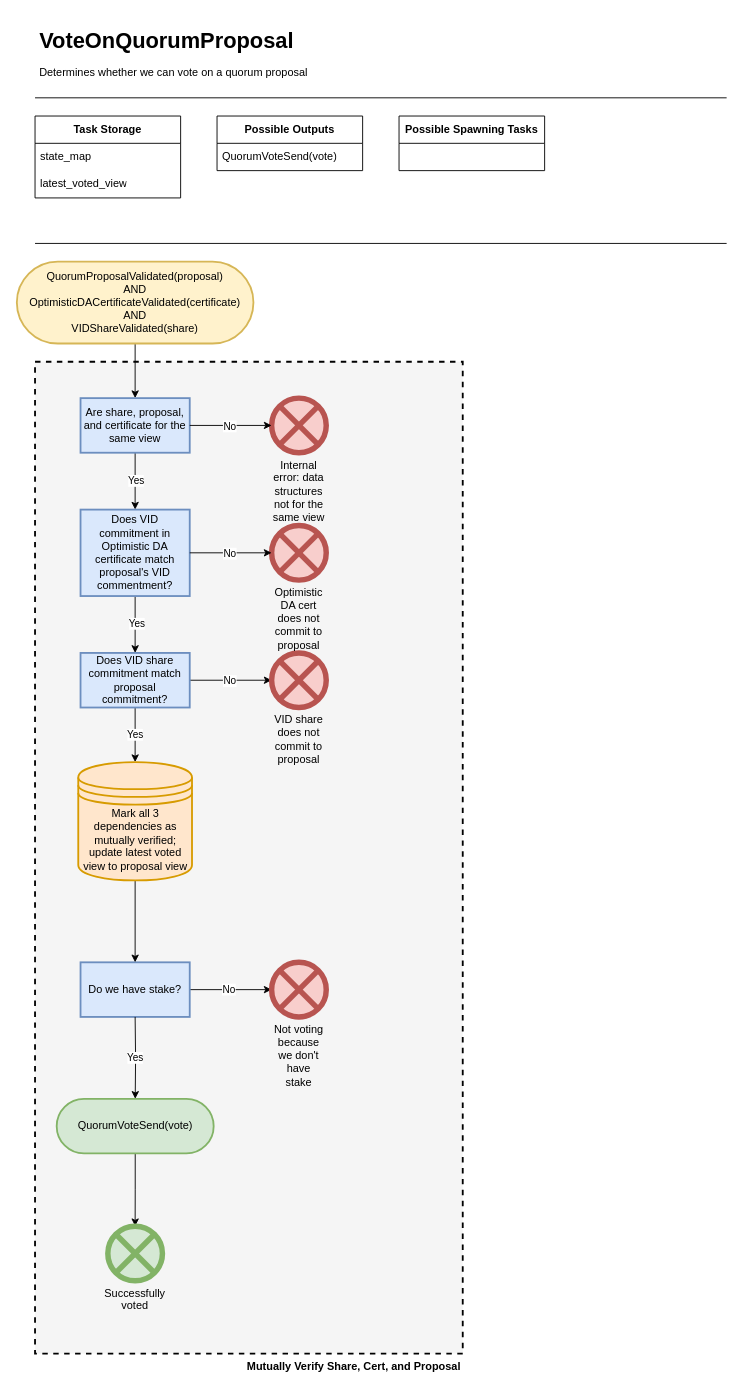
EspressoSystems/HotShot keeps this draw.io diagram as page "VoteOnQuorumProposal" (6 of 11) of docs/diagrams/HotShotFlow.drawio. Above is the earlier version. Source tidied: cells renumbered, new cells numbered last; positions are measured from the earlier drawing's top-left corner, leaving out a move shared by most shapes. Both pictures are drawn from the tidied source at 91%, with x=0, y=0 at pixel (16, 25).
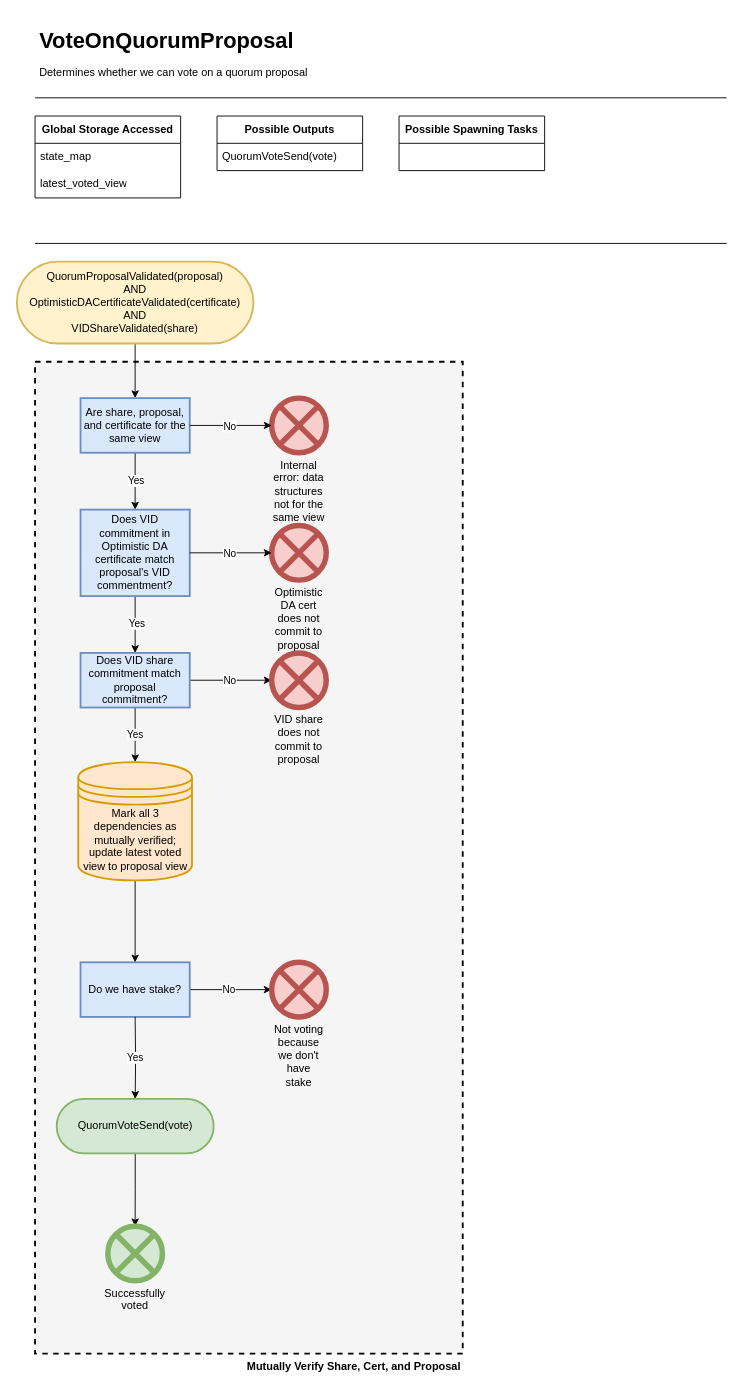
The same diagram, later.

Diff of the diagram source:
```diff
@@
-    <mxCell id="5" value="&lt;b&gt;Task Storage&lt;/b&gt;" style="swimlane;fontStyle=0;horizontal=1;startSize=30;whiteSpace=wrap;html=1;" parent="1" vertex="1">
+    <mxCell id="5" value="&lt;b style=&quot;border-color: var(--border-color);&quot;&gt;Global Storage Accessed&lt;/b&gt;" style="swimlane;fontStyle=0;horizontal=1;startSize=30;whiteSpace=wrap;html=1;" parent="1" vertex="1">
       <mxGeometry x="20" y="100" width="160" height="90" as="geometry" />
     </mxCell>
```
